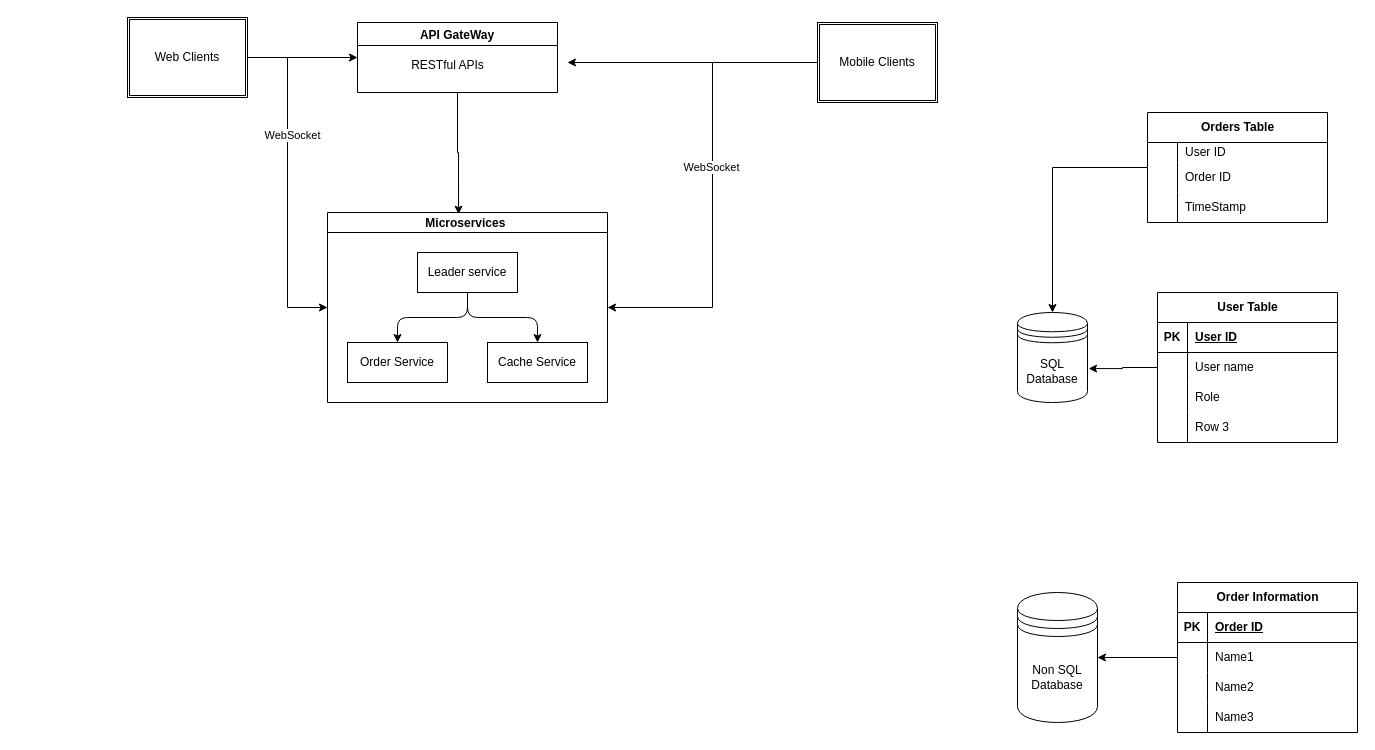
The draw.io diagram HiServer Design.drawio in Hi-TechThreads/HiServer, before the edit. Source tidied: cells renumbered, new cells numbered last; positions are measured from the earlier drawing's top-left corner, leaving out a move shared by most shapes. Both pictures are drawn from the tidied source at 100%, with x=0, y=0 at pixel (127, 17).
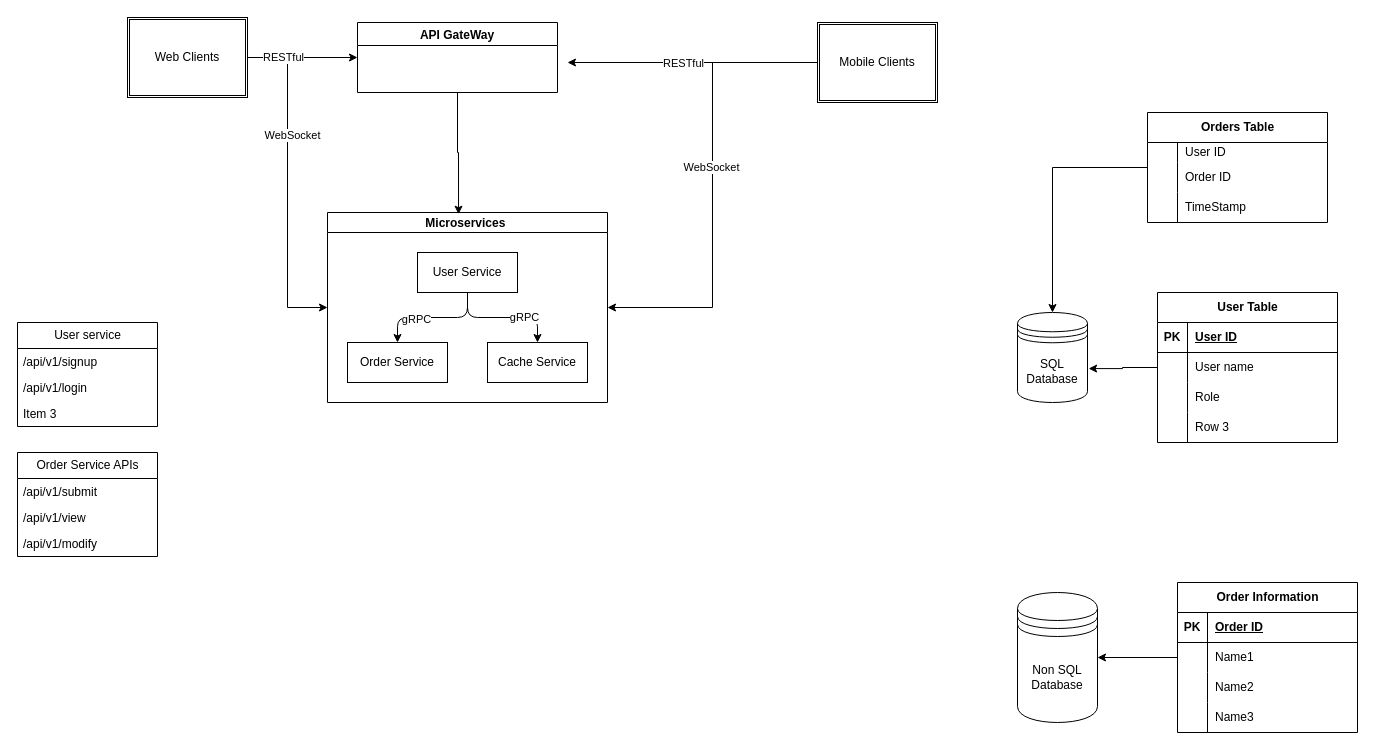
The same page after the edit.

The change refers to these unchanged cells:
```xml
<mxCell id="2" value="API GateWay" style="swimlane;" parent="1" vertex="1">
  <mxGeometry x="230" y="5" width="200" height="70" as="geometry" />
</mxCell>
<mxCell id="4" style="edgeStyle=orthogonalEdgeStyle;rounded=0;jettySize=auto;html=1;" parent="1" edge="1" source="7">
  <mxGeometry relative="1" as="geometry">
    <mxPoint x="440" y="45" as="targetPoint" />
  </mxGeometry>
</mxCell>
<mxCell id="9" style="edgeStyle=orthogonalEdgeStyle;rounded=0;jettySize=auto;html=1;entryX=0;entryY=0.5;entryDx=0;entryDy=0;" parent="1" edge="1" source="11" target="12">
  <mxGeometry relative="1" as="geometry" />
</mxCell>
<mxCell id="12" value="Microservices " style="swimlane;startSize=20;horizontal=1;horizontalTree=0;sortEdges=1;containerType=tree;fontSize=12;" parent="1" vertex="1">
  <mxGeometry x="200" y="195" width="280" height="190" as="geometry" />
</mxCell>
<mxCell id="15" style="edgeStyle=elbowEdgeStyle;elbow=vertical;html=1;rounded=1;curved=0;sourcePerimeterSpacing=0;targetPerimeterSpacing=0;startSize=6;endSize=6;" parent="12" edge="1" source="13" target="14">
  <mxGeometry relative="1" as="geometry" />
</mxCell>
<mxCell id="17" style="edgeStyle=elbowEdgeStyle;elbow=vertical;html=1;rounded=1;curved=0;sourcePerimeterSpacing=0;targetPerimeterSpacing=0;startSize=6;endSize=6;" parent="12" edge="1" source="13" target="16">
  <mxGeometry relative="1" as="geometry" />
</mxCell>
```

The edit, as a diff of the source:
```diff
@@
-    <mxCell id="3" value="RESTful APIs" style="text;html=1;align=center;verticalAlign=middle;strokeColor=none;fillColor=none;" parent="2" vertex="1">
-      <mxGeometry x="40" y="28" width="100" height="30" as="geometry" />
-    </mxCell>
@@
+    <mxCell id="60" value="RESTful" style="edgeLabel;html=1;align=center;verticalAlign=middle;" parent="4" vertex="1">
+      <mxGeometry x="0.08" relative="1" as="geometry" />
+    </mxCell>
@@
+    <mxCell id="61" value="RESTful" style="edgeLabel;html=1;align=center;verticalAlign=middle;" parent="9" vertex="1">
+      <mxGeometry x="-0.79" y="1" relative="1" as="geometry" />
+    </mxCell>
@@
-    <mxCell id="13" value="Leader service" style="whiteSpace=wrap;html=1;" parent="12" vertex="1">
+    <mxCell id="13" value="User Service" style="whiteSpace=wrap;html=1;" parent="12" vertex="1">
       <mxGeometry x="90" y="40" width="100" height="40" as="geometry" />
     </mxCell>
@@
+    <mxCell id="62" value="gRPC" style="edgeLabel;html=1;align=center;verticalAlign=middle;" parent="15" vertex="1">
+      <mxGeometry x="0.28" y="1" relative="1" as="geometry" />
+    </mxCell>
@@
+    <mxCell id="63" value="gRPC" style="edgeLabel;html=1;align=center;verticalAlign=middle;" parent="17" vertex="1">
+      <mxGeometry x="0.35" y="1" relative="1" as="geometry" />
+    </mxCell>
@@
+    <mxCell id="64" value="Order Service APIs" style="swimlane;fontStyle=0;horizontal=1;startSize=26;fillColor=none;html=1;" parent="1" vertex="1">
+      <mxGeometry x="-110" y="435" width="140" height="104" as="geometry" />
+    </mxCell>
+    <mxCell id="65" value="/api/v1/submit" style="text;strokeColor=none;fillColor=none;align=left;verticalAlign=top;spacingLeft=4;spacingRight=4;overflow=hidden;whiteSpace=wrap;html=1;" parent="64" vertex="1">
+      <mxGeometry y="26" width="140" height="26" as="geometry" />
+    </mxCell>
+    <mxCell id="66" value="/api/v1/view" style="text;strokeColor=none;fillColor=none;align=left;verticalAlign=top;spacingLeft=4;spacingRight=4;overflow=hidden;whiteSpace=wrap;html=1;" parent="64" vertex="1">
+      <mxGeometry y="52" width="140" height="26" as="geometry" />
+    </mxCell>
+    <mxCell id="67" value="/api/v1/modify" style="text;strokeColor=none;fillColor=none;align=left;verticalAlign=top;spacingLeft=4;spacingRight=4;overflow=hidden;whiteSpace=wrap;html=1;" parent="64" vertex="1">
+      <mxGeometry y="78" width="140" height="26" as="geometry" />
+    </mxCell>
+    <mxCell id="68" value="User service" style="swimlane;fontStyle=0;horizontal=1;startSize=26;fillColor=none;html=1;" parent="1" vertex="1">
+      <mxGeometry x="-110" y="305" width="140" height="104" as="geometry" />
+    </mxCell>
+    <mxCell id="69" value="/api/v1/signup" style="text;strokeColor=none;fillColor=none;align=left;verticalAlign=top;spacingLeft=4;spacingRight=4;overflow=hidden;whiteSpace=wrap;html=1;" parent="68" vertex="1">
+      <mxGeometry y="26" width="140" height="26" as="geometry" />
+    </mxCell>
+    <mxCell id="70" value="/api/v1/login" style="text;strokeColor=none;fillColor=none;align=left;verticalAlign=top;spacingLeft=4;spacingRight=4;overflow=hidden;whiteSpace=wrap;html=1;" parent="68" vertex="1">
+      <mxGeometry y="52" width="140" height="26" as="geometry" />
+    </mxCell>
+    <mxCell id="71" value="Item 3" style="text;strokeColor=none;fillColor=none;align=left;verticalAlign=top;spacingLeft=4;spacingRight=4;overflow=hidden;whiteSpace=wrap;html=1;" parent="68" vertex="1">
+      <mxGeometry y="78" width="140" height="26" as="geometry" />
+    </mxCell>
```
